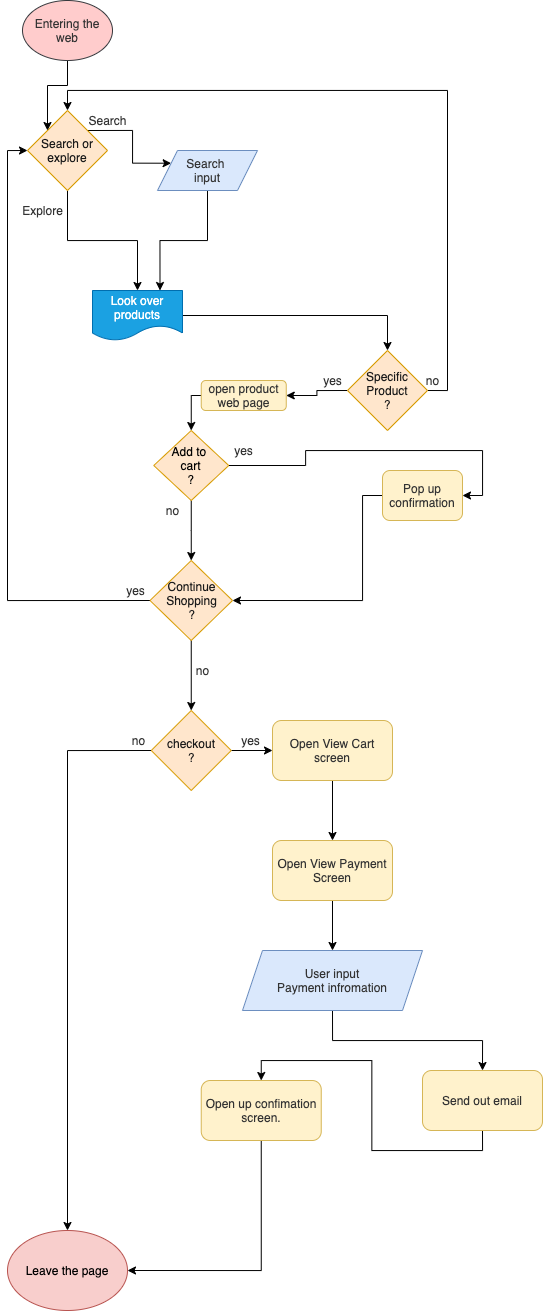
This is part2/part2.drawio.png from HeBilLi/sp21-cse110-lab4, a draw.io export, as it was before one commit. Source tidied: cells renumbered, new cells last; positions are measured from the earlier drawing's top-left corner, leaving out a move shared by most shapes.
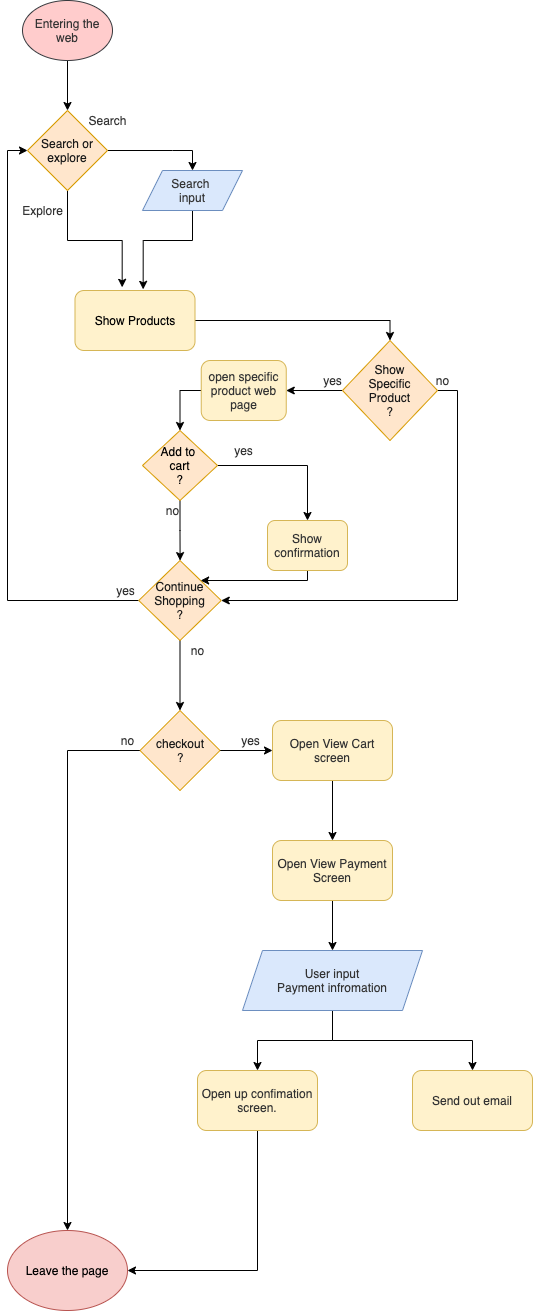
After the change.

The edit, as a diff of the source:
```diff
@@ -2,56 +2,60 @@
   <root>
     <mxCell id="0" />
     <mxCell id="1" parent="0" />
-    <mxCell id="2" style="edgeStyle=orthogonalEdgeStyle;rounded=0;jettySize=auto;html=1;exitX=1;exitY=0;exitDx=0;exitDy=0;entryX=0;entryY=0.25;entryDx=0;entryDy=0;fontColor=#333333;" parent="1" edge="1" source="4" target="8">
-      <mxGeometry relative="1" as="geometry" />
+    <mxCell id="2" style="edgeStyle=orthogonalEdgeStyle;rounded=0;jettySize=auto;html=1;exitX=1;exitY=0.5;exitDx=0;exitDy=0;entryX=0.5;entryY=0;entryDx=0;entryDy=0;fontColor=#333333;" parent="1" edge="1" source="4" target="8">
+      <mxGeometry relative="1" as="geometry">
+        <Array as="points">
+          <mxPoint x="165" y="150" />
+          <mxPoint x="165" y="150" />
+        </Array>
+      </mxGeometry>
     </mxCell>
-    <mxCell id="3" style="edgeStyle=orthogonalEdgeStyle;rounded=0;jettySize=auto;html=1;exitX=0.5;exitY=1;exitDx=0;exitDy=0;entryX=0.5;entryY=0;entryDx=0;entryDy=0;fontColor=#333333;" parent="1" edge="1" source="4" target="11">
+    <mxCell id="3" style="edgeStyle=orthogonalEdgeStyle;rounded=0;jettySize=auto;html=1;exitX=0.5;exitY=1;exitDx=0;exitDy=0;entryX=0.393;entryY=-0.053;entryDx=0;entryDy=0;fontColor=#333333;entryPerimeter=0;" parent="1" edge="1" source="4" target="51">
       <mxGeometry relative="1" as="geometry" />
     </mxCell>
     <mxCell id="4" value="Search or explore" style="rhombus;whiteSpace=wrap;html=1;fillColor=#ffe6cc;strokeColor=#d79b00;fontColor=#1A1A1A;" parent="1" vertex="1">
       <mxGeometry x="20" y="110" width="80" height="80" as="geometry" />
     </mxCell>
-    <mxCell id="5" style="edgeStyle=orthogonalEdgeStyle;rounded=0;jettySize=auto;html=1;exitX=0.5;exitY=1;exitDx=0;exitDy=0;entryX=0;entryY=0;entryDx=0;entryDy=0;fontColor=#333333;" parent="1" edge="1" source="6" target="4">
+    <mxCell id="5" style="edgeStyle=orthogonalEdgeStyle;rounded=0;jettySize=auto;html=1;exitX=0.5;exitY=1;exitDx=0;exitDy=0;entryX=0.5;entryY=0;entryDx=0;entryDy=0;fontColor=#333333;" parent="1" edge="1" source="6" target="4">
       <mxGeometry relative="1" as="geometry" />
     </mxCell>
     <mxCell id="6" value="Entering the web" style="ellipse;whiteSpace=wrap;html=1;fillColor=#ffcccc;strokeColor=#36393d;fontColor=#333333;" parent="1" vertex="1">
       <mxGeometry x="15" width="90" height="60" as="geometry" />
     </mxCell>
-    <mxCell id="7" style="edgeStyle=orthogonalEdgeStyle;rounded=0;jettySize=auto;html=1;exitX=0.5;exitY=1;exitDx=0;exitDy=0;entryX=0.75;entryY=0;entryDx=0;entryDy=0;fontColor=#333333;" parent="1" edge="1" source="8" target="11">
-      <mxGeometry relative="1" as="geometry" />
+    <mxCell id="7" style="edgeStyle=orthogonalEdgeStyle;rounded=0;jettySize=auto;html=1;exitX=0.5;exitY=1;exitDx=0;exitDy=0;entryX=0.568;entryY=-0.019;entryDx=0;entryDy=0;fontColor=#333333;entryPerimeter=0;" parent="1" edge="1" source="8" target="51">
+      <mxGeometry relative="1" as="geometry">
+        <Array as="points">
+          <mxPoint x="185" y="240" />
+          <mxPoint x="136" y="240" />
+        </Array>
+      </mxGeometry>
     </mxCell>
     <mxCell id="8" value="Search &lt;br&gt;input" style="shape=parallelogram;perimeter=parallelogramPerimeter;whiteSpace=wrap;html=1;fixedSize=1;size=20;fillColor=#dae8fc;strokeColor=#6c8ebf;fontColor=#333333;" parent="1" vertex="1">
-      <mxGeometry x="150" y="150" width="100" height="40" as="geometry" />
+      <mxGeometry x="135" y="170" width="100" height="40" as="geometry" />
     </mxCell>
     <mxCell id="9" value="Search" style="text;html=1;align=center;verticalAlign=middle;fontColor=#333333;" parent="1" vertex="1">
       <mxGeometry x="75" y="110" width="50" height="20" as="geometry" />
     </mxCell>
-    <mxCell id="10" style="edgeStyle=orthogonalEdgeStyle;rounded=0;jettySize=auto;html=1;exitX=1;exitY=0.5;exitDx=0;exitDy=0;fontColor=#333333;" parent="1" edge="1" source="11" target="15">
-      <mxGeometry relative="1" as="geometry" />
-    </mxCell>
-    <mxCell id="11" value="Look over&lt;br&gt;products" style="shape=document;whiteSpace=wrap;html=1;boundedLbl=1;fontColor=#ffffff;fillColor=#1ba1e2;strokeColor=#006EAF;" parent="1" vertex="1">
-      <mxGeometry x="85" y="290" width="90" height="50" as="geometry" />
-    </mxCell>
     <mxCell id="12" value="Explore" style="text;html=1;align=center;verticalAlign=middle;fontColor=#333333;" parent="1" vertex="1">
       <mxGeometry x="5" y="200" width="60" height="20" as="geometry" />
     </mxCell>
     <mxCell id="13" style="edgeStyle=orthogonalEdgeStyle;rounded=0;jettySize=auto;html=1;exitX=0;exitY=0.5;exitDx=0;exitDy=0;entryX=1;entryY=0.5;entryDx=0;entryDy=0;fontColor=#333333;" parent="1" edge="1" source="15" target="27">
       <mxGeometry relative="1" as="geometry" />
     </mxCell>
-    <mxCell id="14" style="edgeStyle=orthogonalEdgeStyle;rounded=0;jettySize=auto;html=1;exitX=1;exitY=0.5;exitDx=0;exitDy=0;entryX=0.5;entryY=0;entryDx=0;entryDy=0;fontColor=#333333;" parent="1" edge="1" source="15" target="4">
-      <mxGeometry relative="1" as="geometry" />
-    </mxCell>
+    <mxCell id="48" style="edgeStyle=orthogonalEdgeStyle;rounded=0;jettySize=auto;html=1;exitX=1;exitY=0.5;exitDx=0;exitDy=0;entryX=1;entryY=0.5;entryDx=0;entryDy=0;" parent="1" edge="1" source="15" target="22">
+      <mxGeometry relative="1" as="geometry" />
+    </mxCell>
-    <mxCell id="15" value="Specific&lt;br&gt;Product&lt;br&gt;?" style="rhombus;whiteSpace=wrap;html=1;fillColor=#ffe6cc;strokeColor=#d79b00;fontColor=#1A1A1A;" parent="1" vertex="1">
-      <mxGeometry x="340" y="350" width="80" height="80" as="geometry" />
+    <mxCell id="15" value="Show&lt;br&gt;Specific&lt;br&gt;Product&lt;br&gt;?" style="rhombus;whiteSpace=wrap;html=1;fillColor=#ffe6cc;strokeColor=#d79b00;fontColor=#1A1A1A;" parent="1" vertex="1">
+      <mxGeometry x="335" y="340" width="95" height="100" as="geometry" />
     </mxCell>
     <mxCell id="16" style="edgeStyle=orthogonalEdgeStyle;rounded=0;jettySize=auto;html=1;exitX=0.5;exitY=1;exitDx=0;exitDy=0;fontColor=#333333;" parent="1" edge="1" source="18" target="22">
       <mxGeometry relative="1" as="geometry" />
     </mxCell>
-    <mxCell id="17" style="edgeStyle=orthogonalEdgeStyle;rounded=0;jettySize=auto;html=1;exitX=1;exitY=0.5;exitDx=0;exitDy=0;entryX=1;entryY=0.5;entryDx=0;entryDy=0;fontColor=#333333;" parent="1" edge="1" source="18" target="28">
+    <mxCell id="17" style="edgeStyle=orthogonalEdgeStyle;rounded=0;jettySize=auto;html=1;exitX=1;exitY=0.5;exitDx=0;exitDy=0;entryX=0.5;entryY=0;entryDx=0;entryDy=0;fontColor=#333333;" parent="1" edge="1" source="18" target="28">
       <mxGeometry relative="1" as="geometry" />
     </mxCell>
     <mxCell id="18" value="Add to &lt;br&gt;cart&lt;br&gt;?" style="rhombus;whiteSpace=wrap;html=1;fillColor=#ffe6cc;strokeColor=#d79b00;" parent="1" vertex="1">
-      <mxGeometry x="146.2" y="430" width="75" height="70" as="geometry" />
+      <mxGeometry x="135" y="430" width="75" height="70" as="geometry" />
     </mxCell>
     <mxCell id="19" value="yes" style="text;html=1;align=center;verticalAlign=middle;fontColor=#333333;" parent="1" vertex="1">
       <mxGeometry x="310" y="370" width="30" height="20" as="geometry" />
@@ -63,7 +67,7 @@
       <mxGeometry relative="1" as="geometry" />
     </mxCell>
     <mxCell id="22" value="Continue&lt;br&gt;Shopping&lt;br&gt;?" style="rhombus;whiteSpace=wrap;html=1;fillColor=#ffe6cc;strokeColor=#d79b00;fontColor=#1A1A1A;" parent="1" vertex="1">
-      <mxGeometry x="142.5" y="560" width="82.5" height="80" as="geometry" />
+      <mxGeometry x="131.2" y="560" width="82.5" height="80" as="geometry" />
     </mxCell>
     <mxCell id="23" value="yes" style="text;html=1;align=center;verticalAlign=middle;fontColor=#333333;" parent="1" vertex="1">
       <mxGeometry x="221.2" y="440" width="30" height="20" as="geometry" />
@@ -71,28 +75,27 @@
     <mxCell id="24" value="no" style="text;html=1;align=center;verticalAlign=middle;fontColor=#333333;" parent="1" vertex="1">
       <mxGeometry x="150" y="500" width="30" height="20" as="geometry" />
     </mxCell>
-    <mxCell id="25" style="edgeStyle=orthogonalEdgeStyle;rounded=0;jettySize=auto;html=1;exitX=0;exitY=0.5;exitDx=0;exitDy=0;entryX=1;entryY=0.5;entryDx=0;entryDy=0;fontColor=#333333;" parent="1" edge="1" source="28" target="22">
+    <mxCell id="25" style="edgeStyle=orthogonalEdgeStyle;rounded=0;jettySize=auto;html=1;exitX=0.5;exitY=1;exitDx=0;exitDy=0;entryX=1;entryY=0;entryDx=0;entryDy=0;fontColor=#333333;" parent="1" edge="1" source="28" target="22">
       <mxGeometry relative="1" as="geometry">
         <Array as="points">
-          <mxPoint x="355" y="495" />
-          <mxPoint x="355" y="600" />
+          <mxPoint x="300" y="580" />
         </Array>
       </mxGeometry>
     </mxCell>
     <mxCell id="26" style="edgeStyle=orthogonalEdgeStyle;rounded=0;jettySize=auto;html=1;exitX=0;exitY=0.5;exitDx=0;exitDy=0;entryX=0.5;entryY=0;entryDx=0;entryDy=0;fontColor=#333333;" parent="1" edge="1" source="27" target="18">
       <mxGeometry relative="1" as="geometry" />
     </mxCell>
-    <mxCell id="27" value="open product web page" style="rounded=1;whiteSpace=wrap;html=1;fillColor=#fff2cc;strokeColor=#d6b656;fontColor=#333333;" parent="1" vertex="1">
-      <mxGeometry x="193.8" y="380" width="85" height="30" as="geometry" />
+    <mxCell id="27" value="open specific product web page" style="rounded=1;whiteSpace=wrap;html=1;fillColor=#fff2cc;strokeColor=#d6b656;fontColor=#333333;" parent="1" vertex="1">
+      <mxGeometry x="193.8" y="360" width="85" height="60" as="geometry" />
     </mxCell>
-    <mxCell id="28" value="Pop up confirmation" style="rounded=1;whiteSpace=wrap;html=1;fillColor=#fff2cc;strokeColor=#d6b656;fontColor=#333333;" parent="1" vertex="1">
-      <mxGeometry x="375" y="470" width="80" height="50" as="geometry" />
+    <mxCell id="28" value="Show confirmation" style="rounded=1;whiteSpace=wrap;html=1;fillColor=#fff2cc;strokeColor=#d6b656;fontColor=#333333;" parent="1" vertex="1">
+      <mxGeometry x="260" y="520" width="80" height="50" as="geometry" />
     </mxCell>
-    <mxCell id="29" value="no" style="text;html=1;align=center;verticalAlign=middle;fontColor=#333333;" parent="1" vertex="1">
-      <mxGeometry x="410" y="370" width="30" height="20" as="geometry" />
+    <mxCell id="29" value="no" style="text;html=1;align=center;verticalAlign=middle;fontColor=#333333;rotation=0;" parent="1" vertex="1">
+      <mxGeometry x="420" y="370" width="30" height="20" as="geometry" />
     </mxCell>
     <mxCell id="30" value="yes" style="text;html=1;align=center;verticalAlign=middle;fontColor=#333333;" parent="1" vertex="1">
-      <mxGeometry x="112.5" y="580" width="30" height="20" as="geometry" />
+      <mxGeometry x="102.5" y="580" width="30" height="20" as="geometry" />
     </mxCell>
     <mxCell id="31" style="edgeStyle=orthogonalEdgeStyle;rounded=0;jettySize=auto;html=1;exitX=0;exitY=0.5;exitDx=0;exitDy=0;entryX=0.5;entryY=0;entryDx=0;entryDy=0;fontColor=#333333;" parent="1" edge="1" source="33" target="35">
       <mxGeometry relative="1" as="geometry" />
@@ -101,16 +104,16 @@
       <mxGeometry relative="1" as="geometry" />
     </mxCell>
     <mxCell id="33" value="checkout&lt;br&gt;?" style="rhombus;whiteSpace=wrap;html=1;fillColor=#ffe6cc;strokeColor=#d79b00;fontColor=#1A1A1A;" parent="1" vertex="1">
-      <mxGeometry x="143.8" y="710" width="80" height="80" as="geometry" />
+      <mxGeometry x="132.5" y="710" width="80" height="80" as="geometry" />
     </mxCell>
     <mxCell id="34" value="no" style="text;html=1;align=center;verticalAlign=middle;fontColor=#333333;" parent="1" vertex="1">
-      <mxGeometry x="180" y="660" width="30" height="20" as="geometry" />
+      <mxGeometry x="175" y="640" width="30" height="20" as="geometry" />
     </mxCell>
     <mxCell id="35" value="Leave the page" style="ellipse;whiteSpace=wrap;html=1;fillColor=#f8cecc;strokeColor=#b85450;fontColor=#000000;" parent="1" vertex="1">
       <mxGeometry y="1230" width="120" height="80" as="geometry" />
     </mxCell>
     <mxCell id="36" value="no" style="text;html=1;align=center;verticalAlign=middle;fontColor=#333333;" parent="1" vertex="1">
-      <mxGeometry x="116.2" y="730" width="30" height="20" as="geometry" />
+      <mxGeometry x="105" y="730" width="30" height="20" as="geometry" />
     </mxCell>
     <mxCell id="37" style="edgeStyle=orthogonalEdgeStyle;rounded=0;jettySize=auto;html=1;exitX=0.5;exitY=1;exitDx=0;exitDy=0;entryX=0.5;entryY=0;entryDx=0;entryDy=0;fontColor=#333333;" parent="1" edge="1" source="38" target="41">
       <mxGeometry relative="1" as="geometry" />
@@ -130,6 +133,9 @@
     <mxCell id="42" style="edgeStyle=orthogonalEdgeStyle;rounded=0;jettySize=auto;html=1;exitX=0.5;exitY=1;exitDx=0;exitDy=0;entryX=0.5;entryY=0;entryDx=0;entryDy=0;fontColor=#333333;" parent="1" edge="1" source="43" target="47">
       <mxGeometry relative="1" as="geometry" />
     </mxCell>
+    <mxCell id="49" style="edgeStyle=orthogonalEdgeStyle;rounded=0;jettySize=auto;html=1;exitX=0.5;exitY=1;exitDx=0;exitDy=0;entryX=0.5;entryY=0;entryDx=0;entryDy=0;" parent="1" edge="1" source="43" target="45">
+      <mxGeometry relative="1" as="geometry" />
+    </mxCell>
     <mxCell id="43" value="User input&lt;br&gt;Payment infromation" style="shape=parallelogram;perimeter=parallelogramPerimeter;whiteSpace=wrap;html=1;fixedSize=1;fillColor=#dae8fc;strokeColor=#6c8ebf;fontColor=#333333;" parent="1" vertex="1">
       <mxGeometry x="235" y="950" width="180" height="60" as="geometry" />
     </mxCell>
@@ -137,13 +143,16 @@
       <mxGeometry relative="1" as="geometry" />
     </mxCell>
     <mxCell id="45" value="Open up confimation screen." style="rounded=1;whiteSpace=wrap;html=1;fillColor=#fff2cc;strokeColor=#d6b656;fontColor=#333333;" parent="1" vertex="1">
-      <mxGeometry x="193.8" y="1080" width="120" height="60" as="geometry" />
+      <mxGeometry x="190" y="1070" width="120" height="60" as="geometry" />
     </mxCell>
-    <mxCell id="46" style="edgeStyle=orthogonalEdgeStyle;rounded=0;jettySize=auto;html=1;exitX=0.5;exitY=1;exitDx=0;exitDy=0;entryX=0.5;entryY=0;entryDx=0;entryDy=0;fontColor=#333333;" parent="1" edge="1" source="47" target="45">
-      <mxGeometry relative="1" as="geometry" />
-    </mxCell>
     <mxCell id="47" value="Send out email" style="rounded=1;whiteSpace=wrap;html=1;fillColor=#fff2cc;strokeColor=#d6b656;fontColor=#333333;" parent="1" vertex="1">
-      <mxGeometry x="415" y="1070" width="120" height="60" as="geometry" />
+      <mxGeometry x="405" y="1070" width="120" height="60" as="geometry" />
     </mxCell>
+    <mxCell id="50" style="edgeStyle=orthogonalEdgeStyle;rounded=0;jettySize=auto;html=1;exitX=1;exitY=0.5;exitDx=0;exitDy=0;entryX=0.5;entryY=0;entryDx=0;entryDy=0;" parent="1" edge="1" source="51" target="15">
+      <mxGeometry relative="1" as="geometry" />
+    </mxCell>
+    <mxCell id="51" value="Show Products" style="rounded=1;whiteSpace=wrap;html=1;fillColor=#fff2cc;strokeColor=#d6b656;" parent="1" vertex="1">
+      <mxGeometry x="67.5" y="290" width="120" height="60" as="geometry" />
+    </mxCell>
   </root>
 </mxGraphModel>
```
